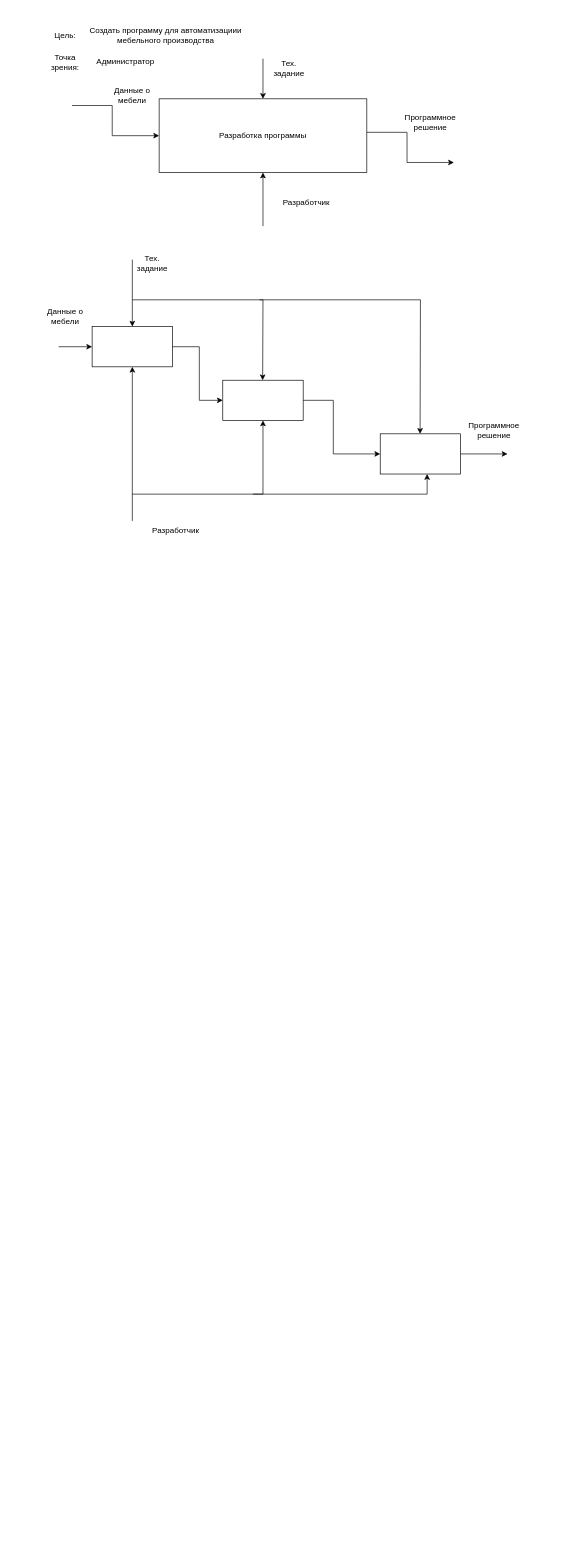
Above: mebel.drawio in Involuntar/Test (draw.io), before the change. Source tidied: cells renumbered, new cells numbered last; positions are measured from the earlier drawing's top-left corner, leaving out a move shared by most shapes. Both pictures are drawn from the tidied source at 67%, with x=0, y=0 at pixel (45, 25).
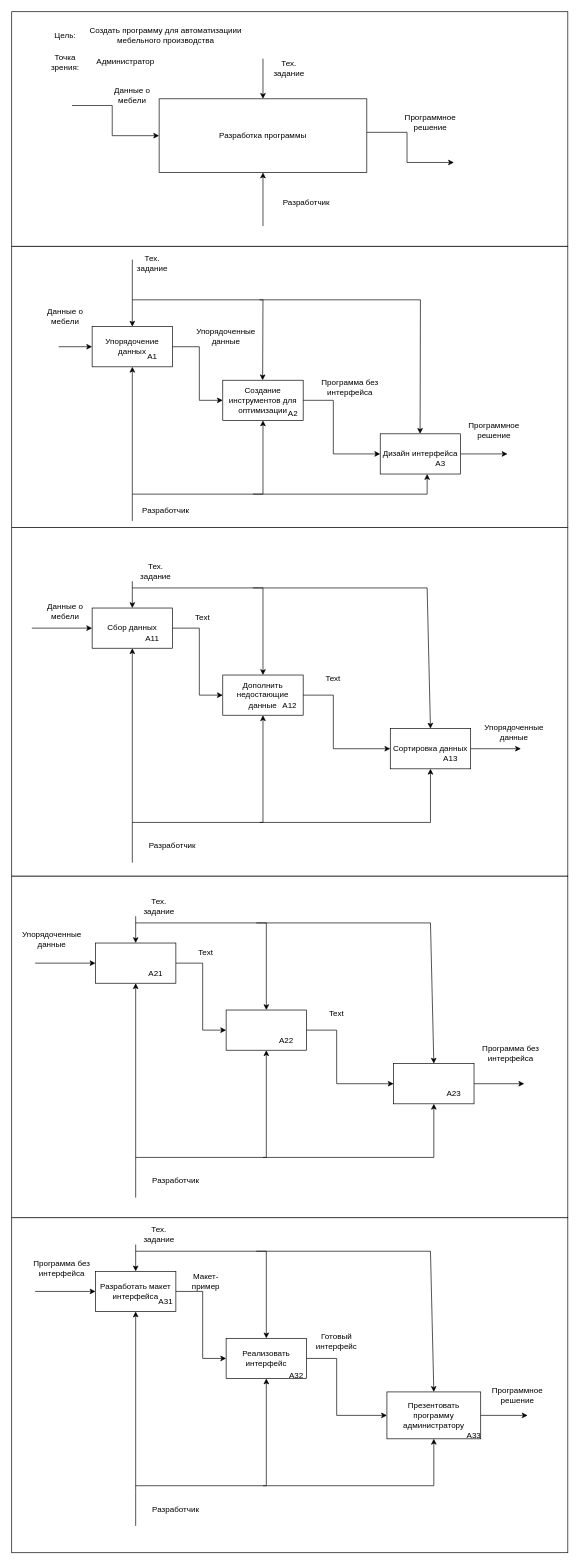
Above is the later version.

Diff of the diagram source:
```diff
@@
+    <mxCell id="32" style="rounded=0;whiteSpace=wrap;html=1;" parent="1" vertex="1">
+      <mxGeometry x="-50" y="1780" width="830" height="500" as="geometry" />
+    </mxCell>
+    <mxCell id="33" style="rounded=0;whiteSpace=wrap;html=1;" parent="1" vertex="1">
+      <mxGeometry x="-50" y="1270" width="830" height="510" as="geometry" />
+    </mxCell>
+    <mxCell id="34" style="rounded=0;whiteSpace=wrap;html=1;" parent="1" vertex="1">
+      <mxGeometry x="-50" y="750" width="830" height="520" as="geometry" />
+    </mxCell>
+    <mxCell id="35" style="rounded=0;whiteSpace=wrap;html=1;shadow=0;" parent="1" vertex="1">
+      <mxGeometry x="-50" y="330" width="830" height="420" as="geometry" />
+    </mxCell>
+    <mxCell id="36" style="rounded=0;whiteSpace=wrap;html=1;shadow=0;" parent="1" vertex="1">
+      <mxGeometry x="-50" y="-20" width="830" height="350" as="geometry" />
+    </mxCell>
@@
-    <mxCell id="15" style="rounded=0;whiteSpace=wrap;html=1;" parent="1" vertex="1">
+    <mxCell id="15" value="Упорядочение данных" style="rounded=0;whiteSpace=wrap;html=1;" parent="1" vertex="1">
       <mxGeometry x="70" y="450" width="120" height="60" as="geometry" />
     </mxCell>
-    <mxCell id="16" style="rounded=0;whiteSpace=wrap;html=1;" parent="1" vertex="1">
+    <mxCell id="16" value="Создание инструментов для оптимизации" style="rounded=0;whiteSpace=wrap;html=1;" parent="1" vertex="1">
       <mxGeometry x="265" y="530" width="120" height="60" as="geometry" />
     </mxCell>
-    <mxCell id="17" style="rounded=0;whiteSpace=wrap;html=1;" parent="1" vertex="1">
+    <mxCell id="17" value="Дизайн интерфейса" style="rounded=0;whiteSpace=wrap;html=1;" parent="1" vertex="1">
       <mxGeometry x="500" y="610" width="120" height="60" as="geometry" />
     </mxCell>
@@
     <mxCell id="28" value="Разработчик" style="text;html=1;strokeColor=none;fillColor=none;align=center;verticalAlign=middle;whiteSpace=wrap;rounded=0;" parent="1" vertex="1">
-      <mxGeometry x="150" y="740" width="90" height="30" as="geometry" />
+      <mxGeometry x="135" y="710" width="90" height="30" as="geometry" />
     </mxCell>
@@
+    <mxCell id="37" value="А1" style="text;html=1;strokeColor=none;fillColor=none;align=center;verticalAlign=middle;whiteSpace=wrap;rounded=0;" parent="1" vertex="1">
+      <mxGeometry x="130" y="480" width="60" height="30" as="geometry" />
+    </mxCell>
+    <mxCell id="38" value="А2" style="text;html=1;strokeColor=none;fillColor=none;align=center;verticalAlign=middle;whiteSpace=wrap;rounded=0;" parent="1" vertex="1">
+      <mxGeometry x="340" y="565" width="60" height="30" as="geometry" />
+    </mxCell>
+    <mxCell id="39" value="А3" style="text;html=1;strokeColor=none;fillColor=none;align=center;verticalAlign=middle;whiteSpace=wrap;rounded=0;" parent="1" vertex="1">
+      <mxGeometry x="560" y="640" width="60" height="30" as="geometry" />
+    </mxCell>
+    <mxCell id="40" value="Сбор данных" style="rounded=0;whiteSpace=wrap;html=1;" parent="1" vertex="1">
+      <mxGeometry x="70" y="870" width="120" height="60" as="geometry" />
+    </mxCell>
+    <mxCell id="41" value="Дополнить недостающие данные" style="rounded=0;whiteSpace=wrap;html=1;" parent="1" vertex="1">
+      <mxGeometry x="265" y="970" width="120" height="60" as="geometry" />
+    </mxCell>
+    <mxCell id="42" value="Сортировка данных" style="rounded=0;whiteSpace=wrap;html=1;" parent="1" vertex="1">
+      <mxGeometry x="515" y="1050" width="120" height="60" as="geometry" />
+    </mxCell>
+    <mxCell id="43" style="endArrow=classic;html=1;rounded=0;entryX=0;entryY=0.5;entryDx=0;entryDy=0;" parent="1" edge="1" target="41">
+      <mxGeometry relative="1" as="geometry">
+        <mxPoint x="190" y="900" as="sourcePoint" />
+        <Array as="points">
+          <mxPoint x="230" y="900" />
+          <mxPoint x="230" y="1000" />
+        </Array>
+      </mxGeometry>
+    </mxCell>
+    <mxCell id="44" style="endArrow=classic;html=1;rounded=0;entryX=0;entryY=0.5;entryDx=0;entryDy=0;exitX=1;exitY=0.5;exitDx=0;exitDy=0;" parent="1" edge="1" source="41" target="42">
+      <mxGeometry relative="1" as="geometry">
+        <Array as="points">
+          <mxPoint x="430" y="1000" />
+          <mxPoint x="430" y="1080" />
+        </Array>
+      </mxGeometry>
+    </mxCell>
+    <mxCell id="45" value="Упорядоченные данные" style="text;html=1;strokeColor=none;fillColor=none;align=center;verticalAlign=middle;whiteSpace=wrap;rounded=0;" parent="1" vertex="1">
+      <mxGeometry x="220" y="450" width="100" height="30" as="geometry" />
+    </mxCell>
+    <mxCell id="46" value="Программа без интерфейса" style="text;html=1;strokeColor=none;fillColor=none;align=center;verticalAlign=middle;whiteSpace=wrap;rounded=0;" parent="1" vertex="1">
+      <mxGeometry x="410" y="525" width="90" height="30" as="geometry" />
+    </mxCell>
+    <mxCell id="47" style="endArrow=classic;html=1;rounded=0;entryX=0.5;entryY=1;entryDx=0;entryDy=0;" parent="1" edge="1" target="40">
+      <mxGeometry relative="1" as="geometry">
+        <mxPoint x="130" y="1250" as="sourcePoint" />
+        <Array as="points">
+          <mxPoint x="130" y="1200" />
+        </Array>
+      </mxGeometry>
+    </mxCell>
+    <mxCell id="48" style="endArrow=classic;html=1;rounded=0;entryX=0.5;entryY=1;entryDx=0;entryDy=0;" parent="1" edge="1" target="41">
+      <mxGeometry relative="1" as="geometry">
+        <mxPoint x="130" y="1190" as="sourcePoint" />
+        <Array as="points">
+          <mxPoint x="325" y="1190" />
+        </Array>
+      </mxGeometry>
+    </mxCell>
+    <mxCell id="49" style="endArrow=classic;html=1;rounded=0;entryX=0.5;entryY=1;entryDx=0;entryDy=0;" parent="1" edge="1" target="42">
+      <mxGeometry relative="1" as="geometry">
+        <mxPoint x="320" y="1190" as="sourcePoint" />
+        <Array as="points">
+          <mxPoint x="575" y="1190" />
+        </Array>
+      </mxGeometry>
+    </mxCell>
+    <mxCell id="50" style="endArrow=classic;html=1;rounded=0;entryX=0;entryY=0.5;entryDx=0;entryDy=0;" parent="1" edge="1" target="40">
+      <mxGeometry relative="1" as="geometry">
+        <mxPoint x="-20" y="900" as="sourcePoint" />
+      </mxGeometry>
+    </mxCell>
+    <mxCell id="51" style="endArrow=classic;html=1;rounded=0;entryX=0.5;entryY=0;entryDx=0;entryDy=0;" parent="1" edge="1" target="40">
+      <mxGeometry relative="1" as="geometry">
+        <mxPoint x="130" y="830" as="sourcePoint" />
+      </mxGeometry>
+    </mxCell>
+    <mxCell id="52" style="endArrow=classic;html=1;rounded=0;entryX=0.5;entryY=0;entryDx=0;entryDy=0;" parent="1" edge="1" target="41">
+      <mxGeometry relative="1" as="geometry">
+        <mxPoint x="130" y="840" as="sourcePoint" />
+        <Array as="points">
+          <mxPoint x="325" y="840" />
+        </Array>
+      </mxGeometry>
+    </mxCell>
+    <mxCell id="53" style="endArrow=classic;html=1;rounded=0;entryX=0.5;entryY=0;entryDx=0;entryDy=0;" parent="1" edge="1" target="42">
+      <mxGeometry relative="1" as="geometry">
+        <mxPoint x="310" y="840" as="sourcePoint" />
+        <Array as="points">
+          <mxPoint x="570" y="840" />
+        </Array>
+      </mxGeometry>
+    </mxCell>
+    <mxCell id="54" style="endArrow=classic;html=1;rounded=0;exitX=1;exitY=0.5;exitDx=0;exitDy=0;" parent="1" edge="1" source="42">
+      <mxGeometry relative="1" as="geometry">
+        <mxPoint x="710" y="1080" as="targetPoint" />
+      </mxGeometry>
+    </mxCell>
+    <mxCell id="55" value="Данные о мебели" style="text;html=1;strokeColor=none;fillColor=none;align=center;verticalAlign=middle;whiteSpace=wrap;rounded=0;" parent="1" vertex="1">
+      <mxGeometry y="860" width="60" height="30" as="geometry" />
+    </mxCell>
+    <mxCell id="56" value="Тех. задание" style="text;html=1;strokeColor=none;fillColor=none;align=center;verticalAlign=middle;whiteSpace=wrap;rounded=0;" parent="1" vertex="1">
+      <mxGeometry x="135" y="800" width="60" height="30" as="geometry" />
+    </mxCell>
+    <mxCell id="57" value="Text" style="text;html=1;strokeColor=none;fillColor=none;align=center;verticalAlign=middle;whiteSpace=wrap;rounded=0;" parent="1" vertex="1">
+      <mxGeometry x="205" y="870" width="60" height="30" as="geometry" />
+    </mxCell>
+    <mxCell id="58" value="Text" style="text;html=1;strokeColor=none;fillColor=none;align=center;verticalAlign=middle;whiteSpace=wrap;rounded=0;" parent="1" vertex="1">
+      <mxGeometry x="400" y="960" width="60" height="30" as="geometry" />
+    </mxCell>
+    <mxCell id="59" value="Упорядоченные данные" style="text;html=1;strokeColor=none;fillColor=none;align=center;verticalAlign=middle;whiteSpace=wrap;rounded=0;" parent="1" vertex="1">
+      <mxGeometry x="650" y="1040" width="100" height="30" as="geometry" />
+    </mxCell>
+    <mxCell id="60" value="Разработчик" style="text;html=1;strokeColor=none;fillColor=none;align=center;verticalAlign=middle;whiteSpace=wrap;rounded=0;" parent="1" vertex="1">
+      <mxGeometry x="150" y="1210" width="80" height="30" as="geometry" />
+    </mxCell>
+    <mxCell id="61" value="А11" style="text;html=1;strokeColor=none;fillColor=none;align=center;verticalAlign=middle;whiteSpace=wrap;rounded=0;" parent="1" vertex="1">
+      <mxGeometry x="130" y="900" width="60" height="30" as="geometry" />
+    </mxCell>
+    <mxCell id="62" value="А12" style="text;html=1;strokeColor=none;fillColor=none;align=center;verticalAlign=middle;whiteSpace=wrap;rounded=0;" parent="1" vertex="1">
+      <mxGeometry x="335" y="1000" width="60" height="30" as="geometry" />
+    </mxCell>
+    <mxCell id="63" value="А13" style="text;html=1;strokeColor=none;fillColor=none;align=center;verticalAlign=middle;whiteSpace=wrap;rounded=0;" parent="1" vertex="1">
+      <mxGeometry x="575" y="1080" width="60" height="30" as="geometry" />
+    </mxCell>
+    <mxCell id="64" style="rounded=0;whiteSpace=wrap;html=1;" parent="1" vertex="1">
+      <mxGeometry x="75" y="1370" width="120" height="60" as="geometry" />
+    </mxCell>
+    <mxCell id="65" style="rounded=0;whiteSpace=wrap;html=1;" parent="1" vertex="1">
+      <mxGeometry x="270" y="1470" width="120" height="60" as="geometry" />
+    </mxCell>
+    <mxCell id="66" style="rounded=0;whiteSpace=wrap;html=1;" parent="1" vertex="1">
+      <mxGeometry x="520" y="1550" width="120" height="60" as="geometry" />
+    </mxCell>
+    <mxCell id="67" style="endArrow=classic;html=1;rounded=0;entryX=0;entryY=0.5;entryDx=0;entryDy=0;" parent="1" edge="1" target="65">
+      <mxGeometry relative="1" as="geometry">
+        <mxPoint x="195" y="1400" as="sourcePoint" />
+        <Array as="points">
+          <mxPoint x="235" y="1400" />
+          <mxPoint x="235" y="1500" />
+        </Array>
+      </mxGeometry>
+    </mxCell>
+    <mxCell id="68" style="endArrow=classic;html=1;rounded=0;entryX=0;entryY=0.5;entryDx=0;entryDy=0;exitX=1;exitY=0.5;exitDx=0;exitDy=0;" parent="1" edge="1" source="65" target="66">
+      <mxGeometry relative="1" as="geometry">
+        <Array as="points">
+          <mxPoint x="435" y="1500" />
+          <mxPoint x="435" y="1580" />
+        </Array>
+      </mxGeometry>
+    </mxCell>
+    <mxCell id="69" style="endArrow=classic;html=1;rounded=0;entryX=0.5;entryY=1;entryDx=0;entryDy=0;" parent="1" edge="1" target="64">
+      <mxGeometry relative="1" as="geometry">
+        <mxPoint x="135" y="1750" as="sourcePoint" />
+        <Array as="points">
+          <mxPoint x="135" y="1700" />
+        </Array>
+      </mxGeometry>
+    </mxCell>
+    <mxCell id="70" style="endArrow=classic;html=1;rounded=0;entryX=0.5;entryY=1;entryDx=0;entryDy=0;" parent="1" edge="1" target="65">
+      <mxGeometry relative="1" as="geometry">
+        <mxPoint x="135" y="1690" as="sourcePoint" />
+        <Array as="points">
+          <mxPoint x="330" y="1690" />
+        </Array>
+      </mxGeometry>
+    </mxCell>
+    <mxCell id="71" style="endArrow=classic;html=1;rounded=0;entryX=0.5;entryY=1;entryDx=0;entryDy=0;" parent="1" edge="1" target="66">
+      <mxGeometry relative="1" as="geometry">
+        <mxPoint x="325" y="1690" as="sourcePoint" />
+        <Array as="points">
+          <mxPoint x="580" y="1690" />
+        </Array>
+      </mxGeometry>
+    </mxCell>
+    <mxCell id="72" style="endArrow=classic;html=1;rounded=0;entryX=0;entryY=0.5;entryDx=0;entryDy=0;" parent="1" edge="1" target="64">
+      <mxGeometry relative="1" as="geometry">
+        <mxPoint x="-15" y="1400" as="sourcePoint" />
+      </mxGeometry>
+    </mxCell>
+    <mxCell id="73" style="endArrow=classic;html=1;rounded=0;entryX=0.5;entryY=0;entryDx=0;entryDy=0;" parent="1" edge="1" target="64">
+      <mxGeometry relative="1" as="geometry">
+        <mxPoint x="135" y="1330" as="sourcePoint" />
+      </mxGeometry>
+    </mxCell>
+    <mxCell id="74" style="endArrow=classic;html=1;rounded=0;entryX=0.5;entryY=0;entryDx=0;entryDy=0;" parent="1" edge="1" target="65">
+      <mxGeometry relative="1" as="geometry">
+        <mxPoint x="135" y="1340" as="sourcePoint" />
+        <Array as="points">
+          <mxPoint x="330" y="1340" />
+        </Array>
+      </mxGeometry>
+    </mxCell>
+    <mxCell id="75" style="endArrow=classic;html=1;rounded=0;entryX=0.5;entryY=0;entryDx=0;entryDy=0;" parent="1" edge="1" target="66">
+      <mxGeometry relative="1" as="geometry">
+        <mxPoint x="315" y="1340" as="sourcePoint" />
+        <Array as="points">
+          <mxPoint x="575" y="1340" />
+        </Array>
+      </mxGeometry>
+    </mxCell>
+    <mxCell id="76" style="endArrow=classic;html=1;rounded=0;exitX=1;exitY=0.5;exitDx=0;exitDy=0;" parent="1" edge="1" source="66">
+      <mxGeometry relative="1" as="geometry">
+        <mxPoint x="715" y="1580" as="targetPoint" />
+      </mxGeometry>
+    </mxCell>
+    <mxCell id="77" value="Тех. задание" style="text;html=1;strokeColor=none;fillColor=none;align=center;verticalAlign=middle;whiteSpace=wrap;rounded=0;" parent="1" vertex="1">
+      <mxGeometry x="140" y="1300" width="60" height="30" as="geometry" />
+    </mxCell>
+    <mxCell id="78" value="Text" style="text;html=1;strokeColor=none;fillColor=none;align=center;verticalAlign=middle;whiteSpace=wrap;rounded=0;" parent="1" vertex="1">
+      <mxGeometry x="210" y="1370" width="60" height="30" as="geometry" />
+    </mxCell>
+    <mxCell id="79" value="Text" style="text;html=1;strokeColor=none;fillColor=none;align=center;verticalAlign=middle;whiteSpace=wrap;rounded=0;" parent="1" vertex="1">
+      <mxGeometry x="405" y="1460" width="60" height="30" as="geometry" />
+    </mxCell>
+    <mxCell id="80" value="Упорядоченные данные" style="text;html=1;strokeColor=none;fillColor=none;align=center;verticalAlign=middle;whiteSpace=wrap;rounded=0;" parent="1" vertex="1">
+      <mxGeometry x="-40" y="1350" width="100" height="30" as="geometry" />
+    </mxCell>
+    <mxCell id="81" value="Разработчик" style="text;html=1;strokeColor=none;fillColor=none;align=center;verticalAlign=middle;whiteSpace=wrap;rounded=0;" parent="1" vertex="1">
+      <mxGeometry x="155" y="1710" width="80" height="30" as="geometry" />
+    </mxCell>
+    <mxCell id="82" value="А21" style="text;html=1;strokeColor=none;fillColor=none;align=center;verticalAlign=middle;whiteSpace=wrap;rounded=0;" parent="1" vertex="1">
+      <mxGeometry x="135" y="1400" width="60" height="30" as="geometry" />
+    </mxCell>
+    <mxCell id="83" value="А22" style="text;html=1;strokeColor=none;fillColor=none;align=center;verticalAlign=middle;whiteSpace=wrap;rounded=0;" parent="1" vertex="1">
+      <mxGeometry x="330" y="1500" width="60" height="30" as="geometry" />
+    </mxCell>
+    <mxCell id="84" value="А23" style="text;html=1;strokeColor=none;fillColor=none;align=center;verticalAlign=middle;whiteSpace=wrap;rounded=0;" parent="1" vertex="1">
+      <mxGeometry x="580" y="1580" width="60" height="30" as="geometry" />
+    </mxCell>
+    <mxCell id="85" value="Разработать макет интерфейса" style="rounded=0;whiteSpace=wrap;html=1;" parent="1" vertex="1">
+      <mxGeometry x="75" y="1860" width="120" height="60" as="geometry" />
+    </mxCell>
+    <mxCell id="86" value="Реализовать интерфейс" style="rounded=0;whiteSpace=wrap;html=1;" parent="1" vertex="1">
+      <mxGeometry x="270" y="1960" width="120" height="60" as="geometry" />
+    </mxCell>
+    <mxCell id="87" value="Презентовать программу администратору" style="rounded=0;whiteSpace=wrap;html=1;" parent="1" vertex="1">
+      <mxGeometry x="510" y="2040" width="140" height="70" as="geometry" />
+    </mxCell>
+    <mxCell id="88" style="endArrow=classic;html=1;rounded=0;entryX=0;entryY=0.5;entryDx=0;entryDy=0;" parent="1" edge="1" target="86">
+      <mxGeometry relative="1" as="geometry">
+        <mxPoint x="195" y="1890" as="sourcePoint" />
+        <Array as="points">
+          <mxPoint x="235" y="1890" />
+          <mxPoint x="235" y="1990" />
+        </Array>
+      </mxGeometry>
+    </mxCell>
+    <mxCell id="89" style="endArrow=classic;html=1;rounded=0;entryX=0;entryY=0.5;entryDx=0;entryDy=0;exitX=1;exitY=0.5;exitDx=0;exitDy=0;" parent="1" edge="1" source="86" target="87">
+      <mxGeometry relative="1" as="geometry">
+        <Array as="points">
+          <mxPoint x="435" y="1990" />
+          <mxPoint x="435" y="2075" />
+        </Array>
+      </mxGeometry>
+    </mxCell>
+    <mxCell id="90" style="endArrow=classic;html=1;rounded=0;entryX=0.5;entryY=1;entryDx=0;entryDy=0;" parent="1" edge="1" target="85">
+      <mxGeometry relative="1" as="geometry">
+        <mxPoint x="135" y="2240" as="sourcePoint" />
+        <Array as="points">
+          <mxPoint x="135" y="2190" />
+        </Array>
+      </mxGeometry>
+    </mxCell>
+    <mxCell id="91" style="endArrow=classic;html=1;rounded=0;entryX=0.5;entryY=1;entryDx=0;entryDy=0;" parent="1" edge="1" target="86">
+      <mxGeometry relative="1" as="geometry">
+        <mxPoint x="135" y="2180" as="sourcePoint" />
+        <Array as="points">
+          <mxPoint x="330" y="2180" />
+        </Array>
+      </mxGeometry>
+    </mxCell>
+    <mxCell id="92" style="endArrow=classic;html=1;rounded=0;entryX=0.5;entryY=1;entryDx=0;entryDy=0;" parent="1" edge="1" target="87">
+      <mxGeometry relative="1" as="geometry">
+        <mxPoint x="325" y="2180" as="sourcePoint" />
+        <Array as="points">
+          <mxPoint x="580" y="2180" />
+        </Array>
+      </mxGeometry>
+    </mxCell>
+    <mxCell id="93" style="endArrow=classic;html=1;rounded=0;entryX=0;entryY=0.5;entryDx=0;entryDy=0;" parent="1" edge="1" target="85">
+      <mxGeometry relative="1" as="geometry">
+        <mxPoint x="-15" y="1890" as="sourcePoint" />
+      </mxGeometry>
+    </mxCell>
+    <mxCell id="94" style="endArrow=classic;html=1;rounded=0;entryX=0.5;entryY=0;entryDx=0;entryDy=0;" parent="1" edge="1" target="85">
+      <mxGeometry relative="1" as="geometry">
+        <mxPoint x="135" y="1820" as="sourcePoint" />
+      </mxGeometry>
+    </mxCell>
+    <mxCell id="95" style="endArrow=classic;html=1;rounded=0;entryX=0.5;entryY=0;entryDx=0;entryDy=0;" parent="1" edge="1" target="86">
+      <mxGeometry relative="1" as="geometry">
+        <mxPoint x="135" y="1830" as="sourcePoint" />
+        <Array as="points">
+          <mxPoint x="330" y="1830" />
+        </Array>
+      </mxGeometry>
+    </mxCell>
+    <mxCell id="96" style="endArrow=classic;html=1;rounded=0;entryX=0.5;entryY=0;entryDx=0;entryDy=0;" parent="1" edge="1" target="87">
+      <mxGeometry relative="1" as="geometry">
+        <mxPoint x="315" y="1830" as="sourcePoint" />
+        <Array as="points">
+          <mxPoint x="575" y="1830" />
+        </Array>
+      </mxGeometry>
+    </mxCell>
+    <mxCell id="97" style="endArrow=classic;html=1;rounded=0;exitX=1;exitY=0.5;exitDx=0;exitDy=0;" parent="1" edge="1" source="87">
+      <mxGeometry relative="1" as="geometry">
+        <mxPoint x="720" y="2075" as="targetPoint" />
+      </mxGeometry>
+    </mxCell>
+    <mxCell id="98" value="Тех. задание" style="text;html=1;strokeColor=none;fillColor=none;align=center;verticalAlign=middle;whiteSpace=wrap;rounded=0;" parent="1" vertex="1">
+      <mxGeometry x="140" y="1790" width="60" height="30" as="geometry" />
+    </mxCell>
+    <mxCell id="99" value="Макет-пример" style="text;html=1;strokeColor=none;fillColor=none;align=center;verticalAlign=middle;whiteSpace=wrap;rounded=0;" parent="1" vertex="1">
+      <mxGeometry x="210" y="1860" width="60" height="30" as="geometry" />
+    </mxCell>
+    <mxCell id="100" value="Готовый интерфейс" style="text;html=1;strokeColor=none;fillColor=none;align=center;verticalAlign=middle;whiteSpace=wrap;rounded=0;" parent="1" vertex="1">
+      <mxGeometry x="405" y="1950" width="60" height="30" as="geometry" />
+    </mxCell>
+    <mxCell id="101" value="Программное решение" style="text;html=1;strokeColor=none;fillColor=none;align=center;verticalAlign=middle;whiteSpace=wrap;rounded=0;" parent="1" vertex="1">
+      <mxGeometry x="655" y="2030" width="100" height="30" as="geometry" />
+    </mxCell>
+    <mxCell id="102" value="Разработчик" style="text;html=1;strokeColor=none;fillColor=none;align=center;verticalAlign=middle;whiteSpace=wrap;rounded=0;" parent="1" vertex="1">
+      <mxGeometry x="155" y="2200" width="80" height="30" as="geometry" />
+    </mxCell>
+    <mxCell id="103" value="А31" style="text;html=1;strokeColor=none;fillColor=none;align=center;verticalAlign=middle;whiteSpace=wrap;rounded=0;" parent="1" vertex="1">
+      <mxGeometry x="150" y="1890" width="60" height="30" as="geometry" />
+    </mxCell>
+    <mxCell id="104" value="А32" style="text;html=1;strokeColor=none;fillColor=none;align=center;verticalAlign=middle;whiteSpace=wrap;rounded=0;" parent="1" vertex="1">
+      <mxGeometry x="345" y="2000" width="60" height="30" as="geometry" />
+    </mxCell>
+    <mxCell id="105" value="А33" style="text;html=1;strokeColor=none;fillColor=none;align=center;verticalAlign=middle;whiteSpace=wrap;rounded=0;" parent="1" vertex="1">
+      <mxGeometry x="610" y="2090" width="60" height="30" as="geometry" />
+    </mxCell>
+    <mxCell id="106" value="Программа без интерфейса" style="text;html=1;strokeColor=none;fillColor=none;align=center;verticalAlign=middle;whiteSpace=wrap;rounded=0;" parent="1" vertex="1">
+      <mxGeometry x="650" y="1520" width="90" height="30" as="geometry" />
+    </mxCell>
+    <mxCell id="107" value="Программа без интерфейса" style="text;html=1;strokeColor=none;fillColor=none;align=center;verticalAlign=middle;whiteSpace=wrap;rounded=0;" parent="1" vertex="1">
+      <mxGeometry x="-20" y="1840" width="90" height="30" as="geometry" />
+    </mxCell>
```
